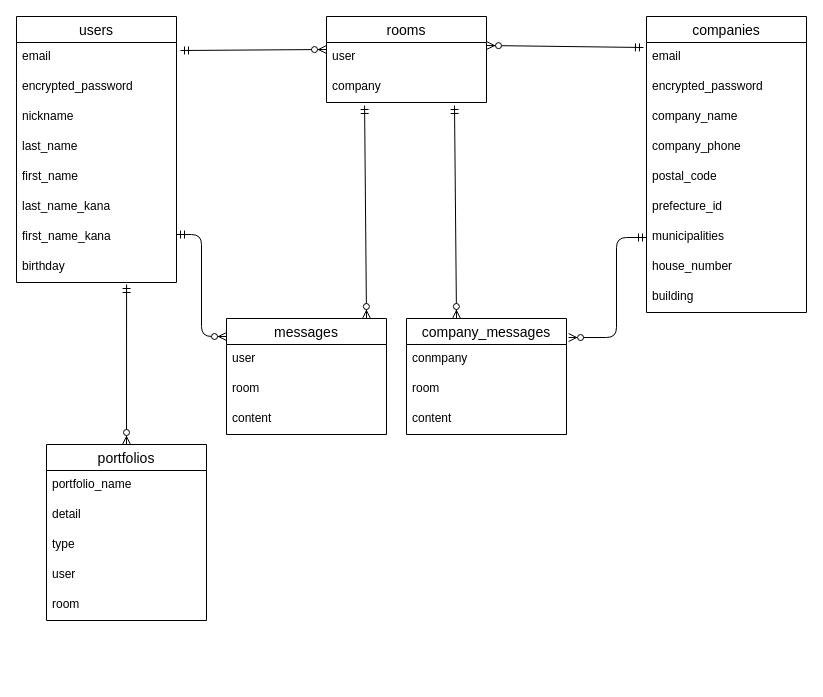
Before: howmuch.dio in junta-nakamura/Howmuch3, a draw.io diagram. Source tidied: cells renumbered, new cells numbered last; positions are measured from the earlier drawing's top-left corner, leaving out a move shared by most shapes. Both pictures are drawn from the tidied source at 100%, with x=0, y=0 at pixel (16, 16).
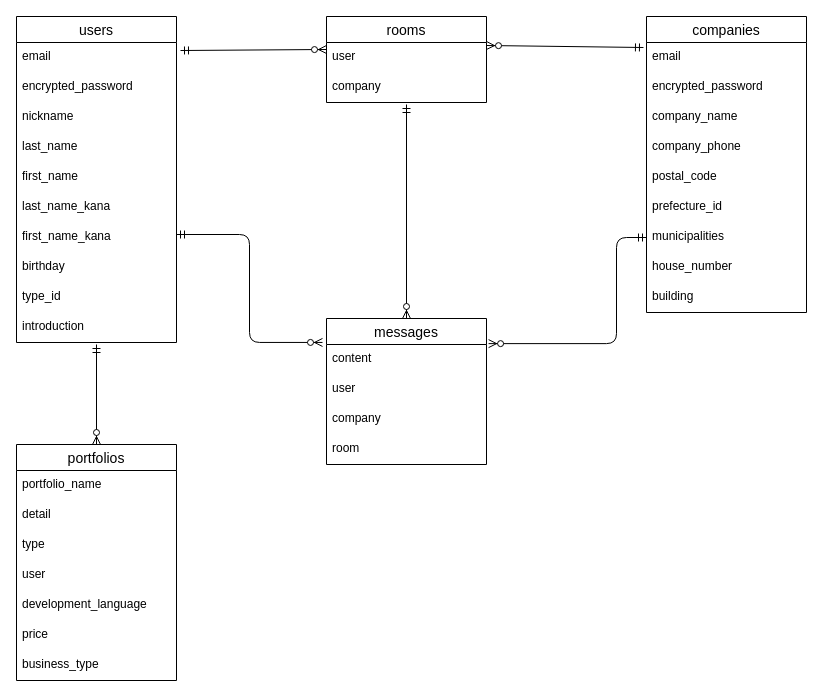
The same diagram, later.

Unchanged cells that the change refers to:
```xml
<mxCell id="9" value="municipalities" style="text;strokeColor=none;fillColor=none;spacingLeft=4;spacingRight=4;overflow=hidden;points=[[0,0.5],[1,0.5]];portConstraint=eastwest;fontSize=12;" parent="2" vertex="1">
  <mxGeometry y="206" width="160" height="30" as="geometry" />
</mxCell>
<mxCell id="29" value="company" style="text;strokeColor=none;fillColor=none;spacingLeft=4;spacingRight=4;overflow=hidden;points=[[0,0.5],[1,0.5]];portConstraint=eastwest;fontSize=12;" parent="27" vertex="1">
  <mxGeometry y="56" width="160" height="30" as="geometry" />
</mxCell>
```

What changed in the source:
```diff
@@
     <mxCell id="12" value="portfolios" style="swimlane;fontStyle=0;horizontal=1;startSize=26;align=center;fontSize=14;" parent="1" vertex="1">
-      <mxGeometry x="30" y="428" width="160" height="176" as="geometry" />
+      <mxGeometry y="428" width="160" height="236" as="geometry" />
     </mxCell>
@@
+    <mxCell id="45" value="development_language" style="text;strokeColor=none;fillColor=none;spacingLeft=4;spacingRight=4;overflow=hidden;fontSize=12;" parent="12" vertex="1">
+      <mxGeometry y="146" width="160" height="30" as="geometry" />
+    </mxCell>
+    <mxCell id="46" value="price" style="text;strokeColor=none;fillColor=none;spacingLeft=4;spacingRight=4;overflow=hidden;fontSize=12;" parent="12" vertex="1">
+      <mxGeometry y="176" width="160" height="30" as="geometry" />
+    </mxCell>
-    <mxCell id="17" value="room" style="text;strokeColor=none;fillColor=none;spacingLeft=4;spacingRight=4;overflow=hidden;fontSize=12;" parent="12" vertex="1">
-      <mxGeometry y="146" width="160" height="30" as="geometry" />
+    <mxCell id="17" value="business_type" style="text;strokeColor=none;fillColor=none;spacingLeft=4;spacingRight=4;overflow=hidden;fontSize=12;" parent="12" vertex="1">
+      <mxGeometry y="206" width="160" height="30" as="geometry" />
     </mxCell>
     <mxCell id="18" value="users" style="swimlane;fontStyle=0;horizontal=1;startSize=26;align=center;fontSize=14;" parent="1" vertex="1">
-      <mxGeometry width="160" height="266" as="geometry" />
+      <mxGeometry width="160" height="326" as="geometry" />
     </mxCell>
@@
+    <mxCell id="47" value="birthday" style="text;strokeColor=none;fillColor=none;spacingLeft=4;spacingRight=4;overflow=hidden;fontSize=12;" parent="18" vertex="1">
+      <mxGeometry y="236" width="160" height="30" as="geometry" />
+    </mxCell>
+    <mxCell id="48" value="type_id" style="text;strokeColor=none;fillColor=none;spacingLeft=4;spacingRight=4;overflow=hidden;fontSize=12;" parent="18" vertex="1">
+      <mxGeometry y="266" width="160" height="30" as="geometry" />
+    </mxCell>
-    <mxCell id="26" value="birthday" style="text;strokeColor=none;fillColor=none;spacingLeft=4;spacingRight=4;overflow=hidden;points=[[0,0.5],[1,0.5]];portConstraint=eastwest;fontSize=12;" parent="18" vertex="1">
-      <mxGeometry y="236" width="160" height="30" as="geometry" />
+    <mxCell id="26" value="introduction" style="text;strokeColor=none;fillColor=none;spacingLeft=4;spacingRight=4;overflow=hidden;points=[[0,0.5],[1,0.5]];portConstraint=eastwest;fontSize=12;" parent="18" vertex="1">
+      <mxGeometry y="296" width="160" height="30" as="geometry" />
     </mxCell>
@@
-    <mxCell id="30" style="fontSize=12;html=1;endArrow=ERzeroToMany;startArrow=ERmandOne;entryX=0.5;entryY=0;entryDx=0;entryDy=0;exitX=0.688;exitY=1.067;exitDx=0;exitDy=0;exitPerimeter=0;" parent="1" edge="1" source="26" target="12">
-      <mxGeometry relative="1" as="geometry" />
+    <mxCell id="30" style="fontSize=12;html=1;endArrow=ERzeroToMany;startArrow=ERmandOne;entryX=0.5;entryY=0;entryDx=0;entryDy=0;" parent="1" edge="1" target="12">
+      <mxGeometry relative="1" as="geometry">
+        <mxPoint x="80" y="328" as="sourcePoint" />
+      </mxGeometry>
     </mxCell>
@@
     <mxCell id="33" value="messages" style="swimlane;fontStyle=0;horizontal=1;startSize=26;align=center;fontSize=14;" parent="1" vertex="1">
-      <mxGeometry x="210" y="302" width="160" height="116" as="geometry" />
+      <mxGeometry x="310" y="302" width="160" height="146" as="geometry" />
     </mxCell>
+    <mxCell id="36" value="content" style="text;strokeColor=none;fillColor=none;spacingLeft=4;spacingRight=4;overflow=hidden;fontSize=12;" parent="33" vertex="1">
+      <mxGeometry y="26" width="160" height="30" as="geometry" />
+    </mxCell>
     <mxCell id="34" value="user" style="text;strokeColor=none;fillColor=none;spacingLeft=4;spacingRight=4;overflow=hidden;fontSize=12;" parent="33" vertex="1">
-      <mxGeometry y="26" width="160" height="30" as="geometry" />
+      <mxGeometry y="56" width="160" height="30" as="geometry" />
     </mxCell>
+    <mxCell id="49" value="company" style="text;strokeColor=none;fillColor=none;spacingLeft=4;spacingRight=4;overflow=hidden;fontSize=12;" parent="33" vertex="1">
+      <mxGeometry y="86" width="160" height="30" as="geometry" />
+    </mxCell>
     <mxCell id="35" value="room" style="text;strokeColor=none;fillColor=none;spacingLeft=4;spacingRight=4;overflow=hidden;fontSize=12;" parent="33" vertex="1">
-      <mxGeometry y="56" width="160" height="30" as="geometry" />
+      <mxGeometry y="116" width="160" height="30" as="geometry" />
     </mxCell>
-    <mxCell id="36" value="content" style="text;strokeColor=none;fillColor=none;spacingLeft=4;spacingRight=4;overflow=hidden;fontSize=12;" parent="33" vertex="1">
-      <mxGeometry y="86" width="160" height="30" as="geometry" />
-    </mxCell>
-    <mxCell id="37" style="edgeStyle=elbowEdgeStyle;fontSize=12;html=1;endArrow=ERzeroToMany;startArrow=ERmandOne;exitX=0;exitY=0.5;exitDx=0;exitDy=0;entryX=1.013;entryY=0.164;entryDx=0;entryDy=0;entryPerimeter=0;" parent="1" edge="1" source="9" target="40">
+    <mxCell id="37" style="edgeStyle=elbowEdgeStyle;fontSize=12;html=1;endArrow=ERzeroToMany;startArrow=ERmandOne;exitX=0;exitY=0.5;exitDx=0;exitDy=0;entryX=1.013;entryY=0.172;entryDx=0;entryDy=0;entryPerimeter=0;" parent="1" edge="1" source="9" target="33">
       <mxGeometry relative="1" as="geometry">
         <Array as="points">
           <mxPoint x="600" y="371" />
         </Array>
       </mxGeometry>
     </mxCell>
-    <mxCell id="38" style="edgeStyle=elbowEdgeStyle;fontSize=12;html=1;endArrow=ERzeroToMany;startArrow=ERmandOne;" parent="1" edge="1">
+    <mxCell id="38" style="edgeStyle=elbowEdgeStyle;fontSize=12;html=1;endArrow=ERzeroToMany;startArrow=ERmandOne;entryX=-0.025;entryY=0.164;entryDx=0;entryDy=0;entryPerimeter=0;" parent="1" edge="1" target="33">
       <mxGeometry relative="1" as="geometry">
         <mxPoint x="160" y="218" as="sourcePoint" />
-        <mxPoint x="210" y="320" as="targetPoint" />
       </mxGeometry>
     </mxCell>
-    <mxCell id="39" style="fontSize=12;html=1;endArrow=ERzeroToMany;startArrow=ERmandOne;entryX=0.45;entryY=-0.014;entryDx=0;entryDy=0;entryPerimeter=0;exitX=0.238;exitY=1.1;exitDx=0;exitDy=0;exitPerimeter=0;" parent="1" edge="1" source="29">
+    <mxCell id="39" style="fontSize=12;html=1;endArrow=ERzeroToMany;startArrow=ERmandOne;entryX=0.45;entryY=-0.014;entryDx=0;entryDy=0;entryPerimeter=0;" parent="1" edge="1">
       <mxGeometry relative="1" as="geometry">
-        <mxPoint x="350" y="302" as="targetPoint" />
+        <mxPoint x="390" y="88" as="sourcePoint" />
+        <mxPoint x="390" y="302" as="targetPoint" />
       </mxGeometry>
     </mxCell>
-    <mxCell id="40" value="company_messages" style="swimlane;fontStyle=0;horizontal=1;startSize=26;align=center;fontSize=14;" parent="1" vertex="1">
-      <mxGeometry x="390" y="302" width="160" height="116" as="geometry" />
-    </mxCell>
-    <mxCell id="41" value="conmpany" style="text;strokeColor=none;fillColor=none;spacingLeft=4;spacingRight=4;overflow=hidden;fontSize=12;" parent="40" vertex="1">
-      <mxGeometry y="26" width="160" height="30" as="geometry" />
-    </mxCell>
-    <mxCell id="42" value="room" style="text;strokeColor=none;fillColor=none;spacingLeft=4;spacingRight=4;overflow=hidden;fontSize=12;" parent="40" vertex="1">
-      <mxGeometry y="56" width="160" height="30" as="geometry" />
-    </mxCell>
-    <mxCell id="43" value="content" style="text;strokeColor=none;fillColor=none;spacingLeft=4;spacingRight=4;overflow=hidden;fontSize=12;" parent="40" vertex="1">
-      <mxGeometry y="86" width="160" height="30" as="geometry" />
-    </mxCell>
-    <mxCell id="44" style="fontSize=12;html=1;endArrow=ERzeroToMany;startArrow=ERmandOne;entryX=0.45;entryY=-0.014;entryDx=0;entryDy=0;entryPerimeter=0;exitX=0.8;exitY=1.1;exitDx=0;exitDy=0;exitPerimeter=0;" parent="1" edge="1" source="29">
-      <mxGeometry relative="1" as="geometry">
-        <mxPoint x="440" y="302" as="targetPoint" />
-      </mxGeometry>
-    </mxCell>
```
